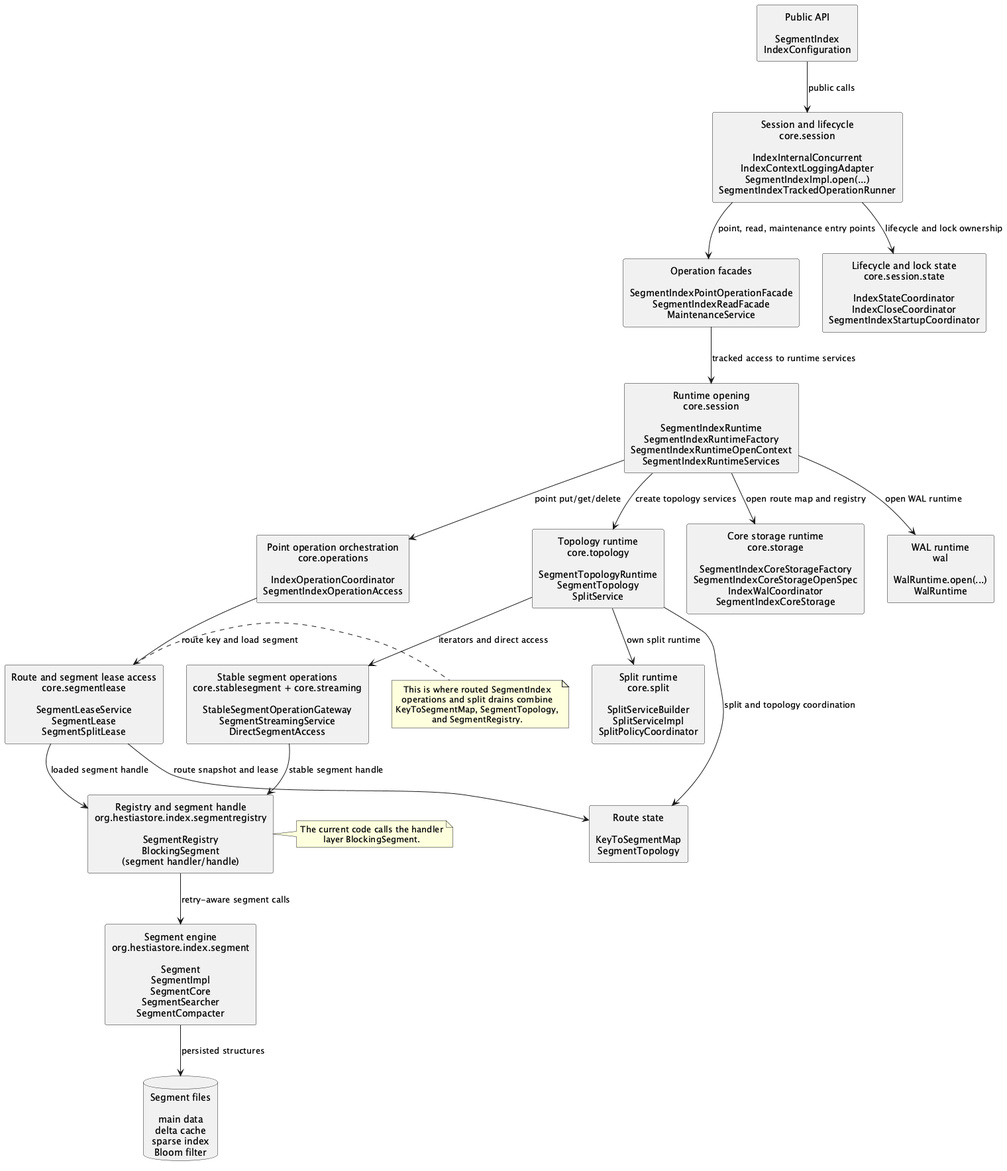
Before: docs/architecture/segmentindex/images/implementation-layers.png, a diagram exported from PlantUML (jajir/HestiaStore).
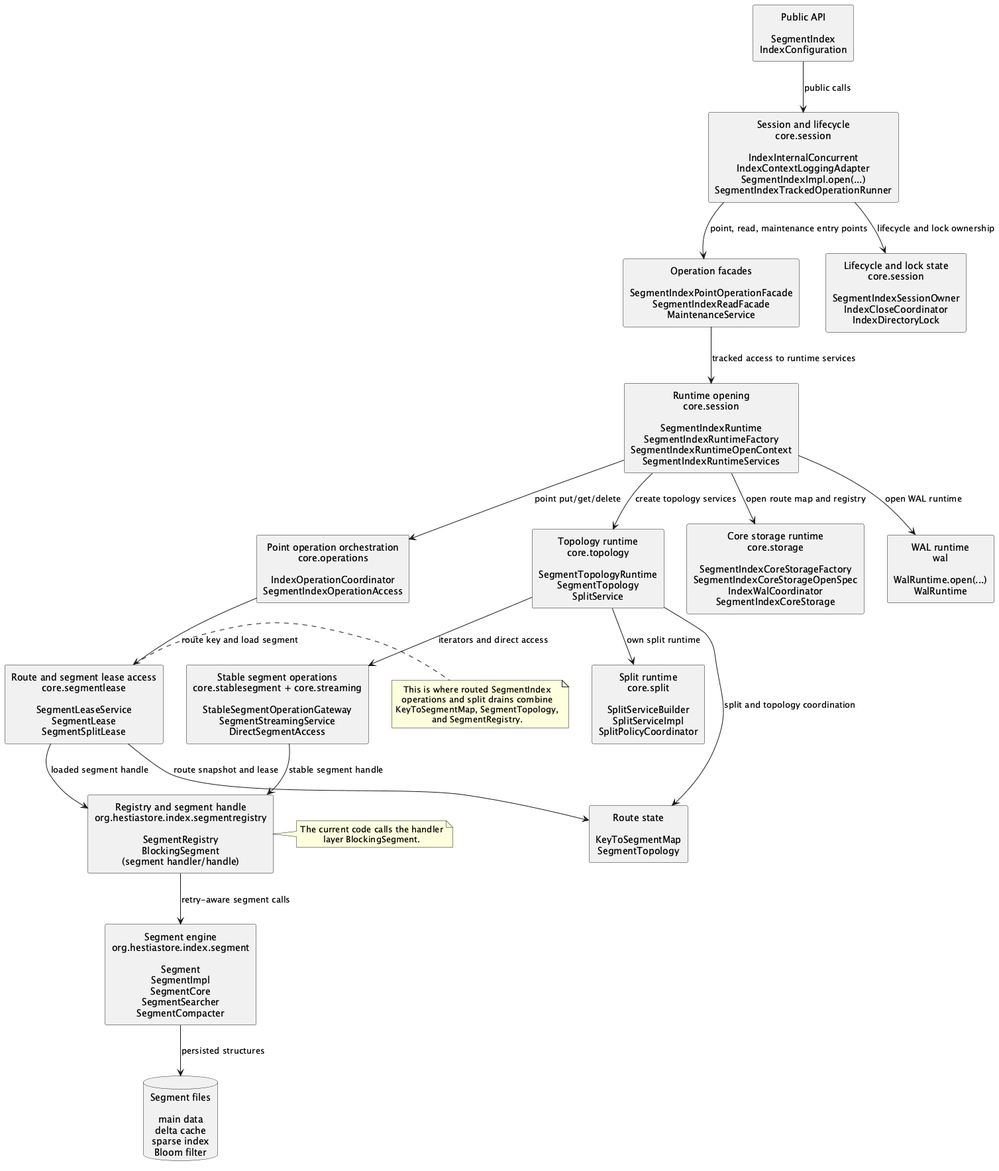
After the commit.

Change to the diagram source:
```diff
@@ -8,7 +8,7 @@
 
 component "Session and lifecycle\ncore.session\n\nIndexInternalConcurrent\nIndexContextLoggingAdapter\nSegmentIndexImpl.open(...)\nSegmentIndexTrackedOperationRunner" as SESSION
 
-component "Lifecycle and lock state\ncore.session.state\n\nIndexStateCoordinator\nIndexCloseCoordinator\nSegmentIndexStartupCoordinator" as SESSION_STATE
+component "Lifecycle and lock state\ncore.session\n\nSegmentIndexSessionOwner\nIndexCloseCoordinator\nIndexDirectoryLock" as SESSION_STATE
 
 component "Operation facades\n\nSegmentIndexPointOperationFacade\nSegmentIndexReadFacade\nMaintenanceService" as FACADES
 
```
